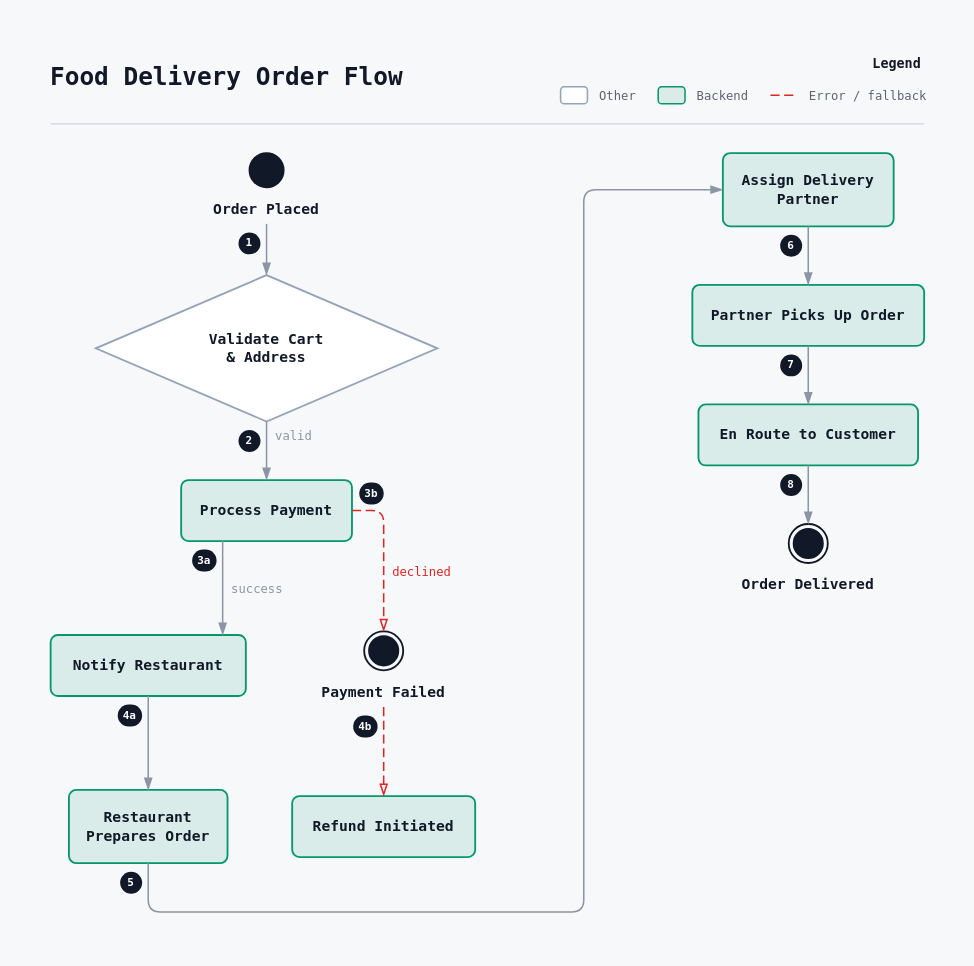
Above: examples/swiggy_order_flow/swiggy_order_flow.drawio in rg12301/rdg (draw.io), before the change. Source tidied: cells renumbered, new cells numbered last; positions are measured from the earlier drawing's top-left corner, leaving out a move shared by most shapes. Both pictures are drawn from the tidied source at 122%, with x=0, y=0 at pixel (21, 21).
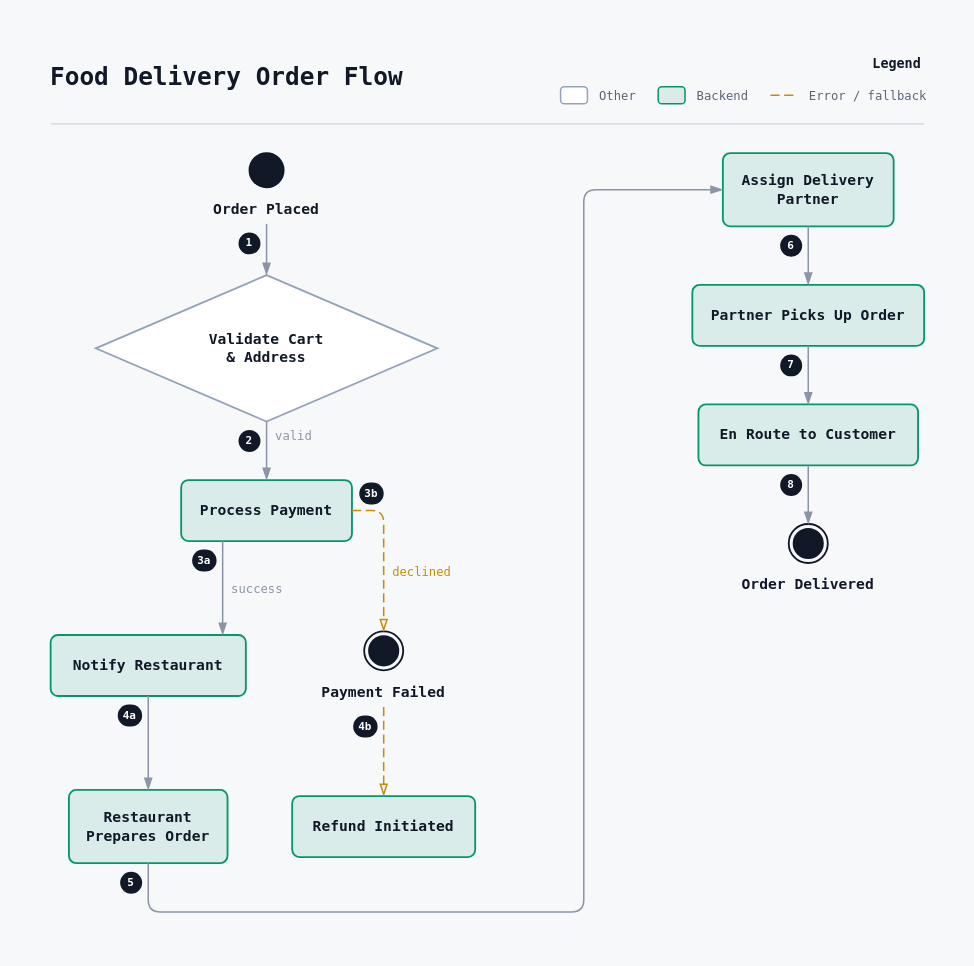
The same diagram, later.

Unchanged cells that the change refers to:
```xml
<mxCell id="7" value="&lt;b&gt;Process Payment&lt;/b&gt;" style="rounded=1;absoluteArcSize=1;arcSize=12;html=1;whiteSpace=wrap;fillColor=#059669;fillOpacity=12;strokeColor=#059669;strokeWidth=1.5;shadow=0;fontFamily=JetBrains Mono, ui-monospace, SFMono-Regular, Menlo, Consolas, monospace;fontSize=12;fontColor=#111827;fontStyle=0;align=center;verticalAlign=middle;spacingTop=4;spacingBottom=4;spacingLeft=8;spacingRight=8;" parent="1" vertex="1">
  <mxGeometry x="131" y="376" width="140" height="50" as="geometry" />
</mxCell>
<mxCell id="15" value="&lt;b&gt;Payment Failed&lt;/b&gt;" style="rounded=0;html=1;whiteSpace=wrap;fillColor=none;fillOpacity=100;strokeColor=none;strokeWidth=1.5;shadow=0;fontFamily=JetBrains Mono, ui-monospace, SFMono-Regular, Menlo, Consolas, monospace;fontSize=12;fontColor=#111827;fontStyle=0;align=center;verticalAlign=top;spacingTop=36;spacingBottom=0;spacingLeft=0;spacingRight=0;" parent="1" vertex="1">
  <mxGeometry x="237" y="500" width="120" height="56" as="geometry" />
</mxCell>
<mxCell id="17" value="&lt;b&gt;Refund Initiated&lt;/b&gt;" style="rounded=1;absoluteArcSize=1;arcSize=12;html=1;whiteSpace=wrap;fillColor=#059669;fillOpacity=12;strokeColor=#059669;strokeWidth=1.5;shadow=0;fontFamily=JetBrains Mono, ui-monospace, SFMono-Regular, Menlo, Consolas, monospace;fontSize=12;fontColor=#111827;fontStyle=0;align=center;verticalAlign=middle;spacingTop=4;spacingBottom=4;spacingLeft=8;spacingRight=8;" parent="1" vertex="1">
  <mxGeometry x="222" y="635" width="150" height="50" as="geometry" />
</mxCell>
```

Diff of the diagram source:
```diff
@@
-    <mxCell id="25" value="declined" style="exitX=1.00000;exitY=0.50000;exitDx=0;exitDy=0;exitPerimeter=0;entryX=0.50000;entryY=0.00000;entryDx=0;entryDy=0;entryPerimeter=0;edgeStyle=none;html=1;rounded=1;jumpStyle=arc;jumpSize=6;strokeColor=#dc2626;strokeWidth=1.25;dashed=1;dashPattern=6 3;endArrow=blockThin;endFill=0;endSize=7;startArrow=none;labelBackgroundColor=#f7f8fa;labelBorderColor=none;fontFamily=JetBrains Mono, ui-monospace, SFMono-Regular, Menlo, Consolas, monospace;fontSize=10;fontColor=#dc2626;" parent="1" edge="1" source="7" target="15">
+    <mxCell id="25" value="declined" style="exitX=1.00000;exitY=0.50000;exitDx=0;exitDy=0;exitPerimeter=0;entryX=0.50000;entryY=0.00000;entryDx=0;entryDy=0;entryPerimeter=0;edgeStyle=none;html=1;rounded=1;jumpStyle=arc;jumpSize=6;strokeColor=#ca8a04;strokeWidth=1.25;dashed=1;dashPattern=6 3;endArrow=blockThin;endFill=0;endSize=7;startArrow=none;labelBackgroundColor=#f7f8fa;labelBorderColor=none;fontFamily=JetBrains Mono, ui-monospace, SFMono-Regular, Menlo, Consolas, monospace;fontSize=10;fontColor=#ca8a04;" parent="1" edge="1" source="7" target="15">
       <mxGeometry x="0.21" y="31" relative="1" as="geometry">
         <Array as="points">
           <mxPoint x="297" y="401" />
         </Array>
       </mxGeometry>
     </mxCell>
@@
-    <mxCell id="27" style="exitX=0.50000;exitY=1.10714;exitDx=0;exitDy=0;exitPerimeter=0;entryX=0.50000;entryY=0.00000;entryDx=0;entryDy=0;entryPerimeter=0;edgeStyle=none;html=1;rounded=1;jumpStyle=arc;jumpSize=6;strokeColor=#dc2626;strokeWidth=1.25;dashed=1;dashPattern=6 3;endArrow=blockThin;endFill=0;endSize=7;startArrow=none;labelBackgroundColor=#f7f8fa;labelBorderColor=none;fontFamily=JetBrains Mono, ui-monospace, SFMono-Regular, Menlo, Consolas, monospace;fontSize=10;fontColor=#dc2626;" parent="1" edge="1" source="15" target="17">
+    <mxCell id="27" style="exitX=0.50000;exitY=1.10714;exitDx=0;exitDy=0;exitPerimeter=0;entryX=0.50000;entryY=0.00000;entryDx=0;entryDy=0;entryPerimeter=0;edgeStyle=none;html=1;rounded=1;jumpStyle=arc;jumpSize=6;strokeColor=#ca8a04;strokeWidth=1.25;dashed=1;dashPattern=6 3;endArrow=blockThin;endFill=0;endSize=7;startArrow=none;labelBackgroundColor=#f7f8fa;labelBorderColor=none;fontFamily=JetBrains Mono, ui-monospace, SFMono-Regular, Menlo, Consolas, monospace;fontSize=10;fontColor=#ca8a04;" parent="1" edge="1" source="15" target="17">
       <mxGeometry relative="1" as="geometry" />
     </mxCell>
@@
-    <mxCell id="43" style="endArrow=none;html=1;strokeColor=#dc2626;strokeWidth=1.25;dashed=1;dashPattern=6 3;" parent="1" edge="1">
+    <mxCell id="43" style="endArrow=none;html=1;strokeColor=#ca8a04;strokeWidth=1.25;dashed=1;dashPattern=6 3;" parent="1" edge="1">
       <mxGeometry relative="1" as="geometry">
         <mxPoint x="614" y="60.6" as="sourcePoint" />
         <mxPoint x="636" y="60.6" as="targetPoint" />
       </mxGeometry>
     </mxCell>
```
